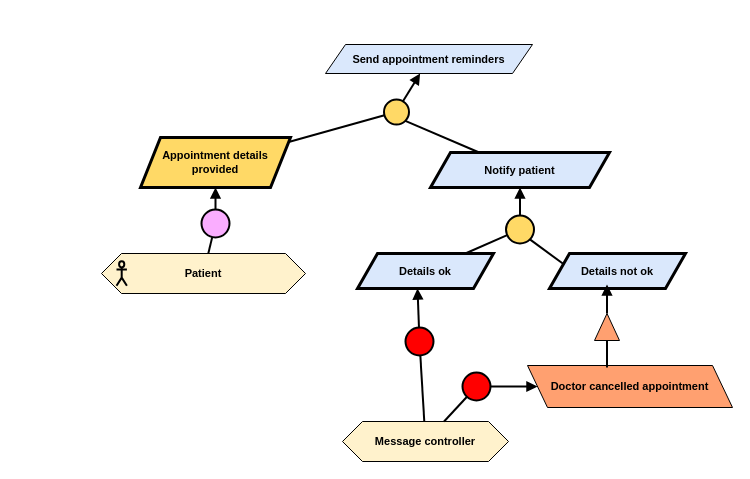
Above: Kaos/KAOS 10.drawio in RafaelCMira/myclinic-msp-project (draw.io), before the change. Source tidied: cells renumbered, new cells numbered last; positions are measured from the earlier drawing's top-left corner, leaving out a move shared by most shapes. Both pictures are drawn from the tidied source at 100%, with x=0, y=0 at pixel (101, 44).
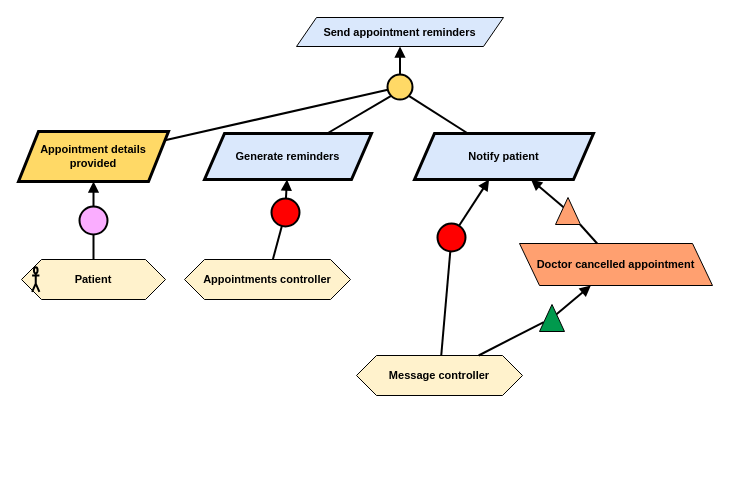
The same diagram, later.

Diff of the diagram source:
```diff
@@
     <mxCell id="2" value="&lt;b&gt;Send appointment reminders&lt;/b&gt;" style="shape=parallelogram;perimeter=parallelogramPerimeter;whiteSpace=wrap;html=1;fixedSize=1;fillColor=#dae8fc;strokeColor=#000000;fontFamily=Helvetica;fontSize=11;fontColor=default;labelBackgroundColor=none;" parent="1" vertex="1">
-      <mxGeometry x="224" width="207" height="29" as="geometry" />
+      <mxGeometry x="195" y="-27" width="207" height="29" as="geometry" />
     </mxCell>
     <mxCell id="3" value="&lt;b&gt;Appointment details provided&lt;/b&gt;" style="shape=parallelogram;perimeter=parallelogramPerimeter;whiteSpace=wrap;html=1;fixedSize=1;fillColor=#FFD966;strokeColor=#000000;strokeWidth=3;fontFamily=Helvetica;fontSize=11;fontColor=default;labelBackgroundColor=none;" parent="1" vertex="1">
-      <mxGeometry x="39" y="93" width="150" height="50" as="geometry" />
+      <mxGeometry x="-83" y="87" width="150" height="50" as="geometry" />
     </mxCell>
     <mxCell id="4" style="ellipse;whiteSpace=wrap;html=1;fillColor=#FFD966;strokeWidth=2;" parent="1" vertex="1">
-      <mxGeometry x="282.5" y="55" width="25" height="25" as="geometry" />
+      <mxGeometry x="286" y="30" width="25" height="25" as="geometry" />
     </mxCell>
@@
     <mxCell id="7" style="group;fontFamily=Helvetica;fontSize=11;fontColor=default;labelBackgroundColor=default;" parent="1" vertex="1">
-      <mxGeometry y="209" width="204" height="40" as="geometry" />
+      <mxGeometry x="-80" y="215" width="144" height="40" as="geometry" />
     </mxCell>
     <mxCell id="8" value="&lt;div&gt;&lt;b&gt;Patient&lt;/b&gt;&lt;/div&gt;" style="shape=hexagon;perimeter=hexagonPerimeter2;whiteSpace=wrap;html=1;fixedSize=1;fillColor=#FFF2CC;fontFamily=Helvetica;fontSize=11;fontColor=default;labelBackgroundColor=none;" parent="7" vertex="1">
-      <mxGeometry width="204" height="40" as="geometry" />
+      <mxGeometry width="144" height="40" as="geometry" />
     </mxCell>
     <mxCell id="9" style="shape=umlActor;verticalLabelPosition=bottom;verticalAlign=top;html=1;fillColor=none;strokeWidth=2;fontFamily=Helvetica;fontSize=11;fontColor=default;labelBackgroundColor=default;" parent="7" vertex="1">
-      <mxGeometry x="15" y="7.8" width="10.4" height="24.5" as="geometry" />
+      <mxGeometry x="10.6" y="7.8" width="7.3" height="24.5" as="geometry" />
     </mxCell>
     <mxCell id="10" style="ellipse;whiteSpace=wrap;html=1;fillColor=#FAADFF;strokeWidth=2;fontFamily=Helvetica;fontSize=11;fontColor=default;labelBackgroundColor=default;" parent="1" vertex="1">
-      <mxGeometry x="100" y="165" width="28" height="28" as="geometry" />
+      <mxGeometry x="-22" y="162" width="28" height="28" as="geometry" />
     </mxCell>
@@
     <mxCell id="13" value="&lt;b&gt;Notify patient&lt;/b&gt;" style="shape=parallelogram;perimeter=parallelogramPerimeter;whiteSpace=wrap;html=1;fixedSize=1;fillColor=#dae8fc;strokeColor=#000000;strokeWidth=3;fontFamily=Helvetica;fontSize=11;fontColor=default;labelBackgroundColor=none;" parent="1" vertex="1">
-      <mxGeometry x="329" y="108" width="179" height="35" as="geometry" />
+      <mxGeometry x="313" y="89" width="179" height="46" as="geometry" />
     </mxCell>
@@
     <mxCell id="15" value="Doctor cancelled appointment" style="shape=parallelogram;perimeter=parallelogramPerimeter;whiteSpace=wrap;html=1;fixedSize=1;fillColor=#FFA070;fontStyle=1;fontFamily=Helvetica;fontSize=11;fontColor=default;labelBackgroundColor=none;flipH=1;flipV=0;" parent="1" vertex="1">
-      <mxGeometry x="426" y="321" width="205" height="42" as="geometry" />
+      <mxGeometry x="418" y="199" width="193" height="42" as="geometry" />
     </mxCell>
-    <mxCell id="16" value="&lt;b&gt;Details ok&lt;/b&gt;" style="shape=parallelogram;perimeter=parallelogramPerimeter;whiteSpace=wrap;html=1;fixedSize=1;fillColor=#dae8fc;strokeColor=#000000;strokeWidth=3;fontFamily=Helvetica;fontSize=11;fontColor=default;labelBackgroundColor=none;" parent="1" vertex="1">
-      <mxGeometry x="256" y="209" width="136" height="35" as="geometry" />
-    </mxCell>
-    <mxCell id="17" value="&lt;b&gt;Details not&lt;/b&gt;&lt;b style=&quot;background-color: initial;&quot;&gt;&amp;nbsp;ok&lt;/b&gt;" style="shape=parallelogram;perimeter=parallelogramPerimeter;whiteSpace=wrap;html=1;fixedSize=1;fillColor=#dae8fc;strokeColor=#000000;strokeWidth=3;fontFamily=Helvetica;fontSize=11;fontColor=default;labelBackgroundColor=none;" parent="1" vertex="1">
-      <mxGeometry x="448" y="209" width="136" height="35" as="geometry" />
-    </mxCell>
-    <mxCell id="18" style="ellipse;whiteSpace=wrap;html=1;fillColor=#FFD966;strokeWidth=2;" parent="1" vertex="1">
-      <mxGeometry x="404.5" y="171" width="28" height="28" as="geometry" />
-    </mxCell>
-    <mxCell id="19" style="endArrow=block;html=1;rounded=0;endFill=1;strokeWidth=2;" parent="1" edge="1" source="18" target="13">
-      <mxGeometry relative="1" as="geometry" />
-    </mxCell>
-    <mxCell id="20" style="endArrow=none;html=1;rounded=0;strokeWidth=2;" parent="1" edge="1" source="16" target="18">
-      <mxGeometry relative="1" as="geometry" />
-    </mxCell>
-    <mxCell id="21" style="endArrow=none;html=1;rounded=0;strokeWidth=2;exitX=0;exitY=0.25;exitDx=0;exitDy=0;entryX=1;entryY=1;entryDx=0;entryDy=0;" parent="1" edge="1" source="17" target="18">
-      <mxGeometry relative="1" as="geometry" />
-    </mxCell>
-    <mxCell id="22" style="endArrow=block;html=1;rounded=0;endFill=1;strokeWidth=2;" parent="1" edge="1" source="24">
-      <mxGeometry relative="1" as="geometry">
-        <mxPoint x="505.5" y="240" as="targetPoint" />
-      </mxGeometry>
+    <mxCell id="22" style="endArrow=block;html=1;rounded=0;endFill=1;strokeWidth=2;" parent="1" edge="1" source="24" target="13">
+      <mxGeometry relative="1" as="geometry" />
     </mxCell>
-    <mxCell id="23" style="endArrow=none;html=1;rounded=0;strokeWidth=2;" parent="1" edge="1" target="24">
-      <mxGeometry relative="1" as="geometry">
-        <mxPoint x="505.5" y="323" as="sourcePoint" />
-      </mxGeometry>
+    <mxCell id="23" style="endArrow=none;html=1;rounded=0;strokeWidth=2;" parent="1" edge="1" source="15" target="24">
+      <mxGeometry relative="1" as="geometry" />
     </mxCell>
     <mxCell id="24" style="triangle;whiteSpace=wrap;html=1;rotation=-90;fillColor=#FFA070;" parent="1" vertex="1">
-      <mxGeometry x="492" y="270" width="27" height="25" as="geometry" />
+      <mxGeometry x="453" y="154" width="27" height="25" as="geometry" />
     </mxCell>
     <mxCell id="25" value="&lt;div&gt;&lt;b&gt;Message controller&lt;/b&gt;&lt;/div&gt;" style="shape=hexagon;perimeter=hexagonPerimeter2;whiteSpace=wrap;html=1;fixedSize=1;fillColor=#FFF2CC;fontFamily=Helvetica;fontSize=11;fontColor=default;labelBackgroundColor=none;" parent="1" vertex="1">
-      <mxGeometry x="241" y="377" width="166" height="40" as="geometry" />
+      <mxGeometry x="255" y="311" width="166" height="40" as="geometry" />
     </mxCell>
     <mxCell id="26" style="ellipse;whiteSpace=wrap;html=1;fillColor=#FF0000;strokeWidth=2;" parent="1" vertex="1">
-      <mxGeometry x="304" y="283" width="28" height="28" as="geometry" />
+      <mxGeometry x="336" y="179" width="28" height="28" as="geometry" />
     </mxCell>
-    <mxCell id="27" style="endArrow=block;html=1;rounded=0;endFill=1;strokeWidth=2;" parent="1" edge="1" source="26">
-      <mxGeometry relative="1" as="geometry">
-        <mxPoint x="316" y="244" as="targetPoint" />
-      </mxGeometry>
+    <mxCell id="27" style="endArrow=block;html=1;rounded=0;endFill=1;strokeWidth=2;" parent="1" edge="1" source="26" target="13">
+      <mxGeometry relative="1" as="geometry" />
     </mxCell>
@@
-    <mxCell id="29" style="ellipse;whiteSpace=wrap;html=1;fillColor=#FF0000;strokeWidth=2;" parent="1" vertex="1">
-      <mxGeometry x="361" y="328" width="28" height="28" as="geometry" />
-    </mxCell>
-    <mxCell id="30" style="endArrow=block;html=1;rounded=0;endFill=1;strokeWidth=2;" parent="1" edge="1" source="29" target="15">
-      <mxGeometry relative="1" as="geometry" />
-    </mxCell>
-    <mxCell id="31" style="endArrow=none;html=1;rounded=0;strokeWidth=2;" parent="1" edge="1" source="25" target="29">
-      <mxGeometry relative="1" as="geometry" />
-    </mxCell>
+    <mxCell id="32" value="&lt;b&gt;Generate reminders&lt;/b&gt;" style="shape=parallelogram;perimeter=parallelogramPerimeter;whiteSpace=wrap;html=1;fixedSize=1;fillColor=#dae8fc;strokeColor=#000000;strokeWidth=3;fontFamily=Helvetica;fontSize=11;fontColor=default;labelBackgroundColor=none;" parent="1" vertex="1">
+      <mxGeometry x="103" y="89" width="167" height="46" as="geometry" />
+    </mxCell>
+    <mxCell id="33" style="endArrow=none;html=1;rounded=0;strokeWidth=2;entryX=0;entryY=1;entryDx=0;entryDy=0;" parent="1" edge="1" source="32" target="4">
+      <mxGeometry relative="1" as="geometry" />
+    </mxCell>
+    <mxCell id="34" value="&lt;div&gt;&lt;b&gt;Appointments controller&lt;/b&gt;&lt;/div&gt;" style="shape=hexagon;perimeter=hexagonPerimeter2;whiteSpace=wrap;html=1;fixedSize=1;fillColor=#FFF2CC;fontFamily=Helvetica;fontSize=11;fontColor=default;labelBackgroundColor=none;" parent="1" vertex="1">
+      <mxGeometry x="83" y="215" width="166" height="40" as="geometry" />
+    </mxCell>
+    <mxCell id="35" style="ellipse;whiteSpace=wrap;html=1;fillColor=#FF0000;strokeWidth=2;" parent="1" vertex="1">
+      <mxGeometry x="170" y="154" width="28" height="28" as="geometry" />
+    </mxCell>
+    <mxCell id="36" style="endArrow=block;html=1;rounded=0;endFill=1;strokeWidth=2;" parent="1" edge="1" source="35" target="32">
+      <mxGeometry relative="1" as="geometry" />
+    </mxCell>
+    <mxCell id="37" style="endArrow=none;html=1;rounded=0;strokeWidth=2;" parent="1" edge="1" source="34" target="35">
+      <mxGeometry relative="1" as="geometry" />
+    </mxCell>
+    <mxCell id="38" style="endArrow=block;html=1;rounded=0;endFill=1;strokeWidth=2;" parent="1" edge="1" source="40" target="15">
+      <mxGeometry relative="1" as="geometry" />
+    </mxCell>
+    <mxCell id="39" style="endArrow=none;html=1;rounded=0;strokeWidth=2;" parent="1" edge="1" source="25" target="40">
+      <mxGeometry relative="1" as="geometry" />
+    </mxCell>
+    <mxCell id="40" style="triangle;whiteSpace=wrap;html=1;rotation=-90;fillColor=#00994D;" parent="1" vertex="1">
+      <mxGeometry x="437" y="261" width="27" height="25" as="geometry" />
+    </mxCell>
```
